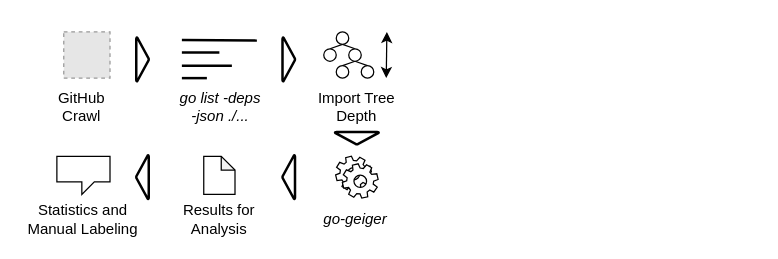
jlauinger/master-of-science keeps this draw.io diagram as thesis/assets/figures/study-methodology.drawio. Above is the earlier version. Source tidied: cells renumbered, new cells numbered last; positions are measured from the earlier drawing's top-left corner, leaving out a move shared by most shapes. Both pictures are drawn from the tidied source at 125%, with x=0, y=0 at pixel (20, 31). Pictures stored in the file or linked from it are replaced by grey dashed boxes.
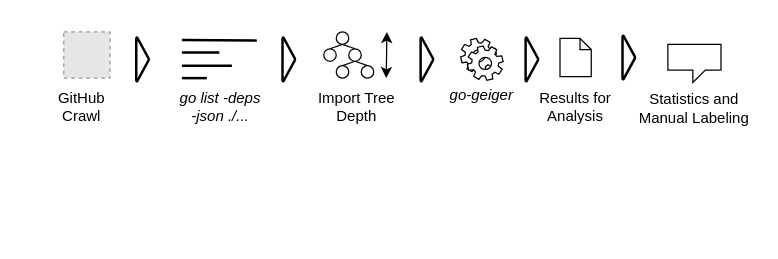
The same page after the edit.

What changed in the source:
```diff
@@
-    <mxCell id="8" style="strokeWidth=2;html=1;shape=mxgraph.flowchart.merge_or_storage;whiteSpace=wrap;labelBackgroundColor=none;fillColor=none;gradientColor=none;align=left;rotation=0;" parent="1" vertex="1">
-      <mxGeometry x="251.5" y="80" width="35" height="10" as="geometry" />
+    <mxCell id="8" style="strokeWidth=2;html=1;shape=mxgraph.flowchart.merge_or_storage;whiteSpace=wrap;labelBackgroundColor=none;fillColor=none;gradientColor=none;align=left;rotation=-90;" parent="1" vertex="1">
+      <mxGeometry x="307.5" y="17" width="35" height="10" as="geometry" />
     </mxCell>
     <mxCell id="9" value="&lt;i&gt;go-geiger&lt;br&gt;&lt;/i&gt;" style="text;html=1;strokeColor=none;fillColor=none;align=center;verticalAlign=middle;whiteSpace=wrap;rounded=0;" parent="1" vertex="1">
-      <mxGeometry x="227.5" y="140" width="80" height="20" as="geometry" />
+      <mxGeometry x="329" y="40.5" width="80" height="20" as="geometry" />
     </mxCell>
     <mxCell id="10" value="Results for Analysis" style="text;html=1;strokeColor=none;fillColor=none;align=center;verticalAlign=middle;whiteSpace=wrap;rounded=0;" parent="1" vertex="1">
-      <mxGeometry x="129" y="140" width="60" height="20" as="geometry" />
+      <mxGeometry x="414" y="50" width="60" height="20" as="geometry" />
     </mxCell>
-    <mxCell id="11" style="strokeWidth=2;html=1;shape=mxgraph.flowchart.merge_or_storage;whiteSpace=wrap;labelBackgroundColor=none;fillColor=none;gradientColor=none;align=left;rotation=90;" parent="1" vertex="1">
-      <mxGeometry x="197" y="111.2" width="35" height="10" as="geometry" />
+    <mxCell id="11" style="strokeWidth=2;html=1;shape=mxgraph.flowchart.merge_or_storage;whiteSpace=wrap;labelBackgroundColor=none;fillColor=none;gradientColor=none;align=left;rotation=-90;" parent="1" vertex="1">
+      <mxGeometry x="391.5" y="17" width="35" height="10" as="geometry" />
     </mxCell>
-    <mxCell id="12" style="shape=note;whiteSpace=wrap;html=1;backgroundOutline=1;darkOpacity=0.05;size=11;" parent="1" vertex="1">
-      <mxGeometry x="146.5" y="99.5" width="25" height="30.5" as="geometry" />
+    <mxCell id="12" style="shape=note;whiteSpace=wrap;html=1;backgroundOutline=1;darkOpacity=0.05;size=9;" parent="1" vertex="1">
+      <mxGeometry x="431.5" y="5.2" width="25" height="30.5" as="geometry" />
     </mxCell>
@@
-    <mxCell id="27" style="strokeWidth=2;html=1;shape=mxgraph.flowchart.merge_or_storage;whiteSpace=wrap;labelBackgroundColor=none;fillColor=none;gradientColor=none;align=left;rotation=90;" parent="1" vertex="1">
-      <mxGeometry x="80" y="111.2" width="35" height="10" as="geometry" />
+    <mxCell id="27" style="strokeWidth=2;html=1;shape=mxgraph.flowchart.merge_or_storage;whiteSpace=wrap;labelBackgroundColor=none;fillColor=none;gradientColor=none;align=left;rotation=-90;" parent="1" vertex="1">
+      <mxGeometry x="469" y="15.5" width="35" height="10" as="geometry" />
     </mxCell>
     <mxCell id="28" style="shape=callout;whiteSpace=wrap;html=1;perimeter=calloutPerimeter;size=10;position=0.47;base=10;position2=0.47;" parent="1" vertex="1">
-      <mxGeometry x="29" y="99.5" width="42.5" height="30.5" as="geometry" />
+      <mxGeometry x="517.8" y="10" width="42.5" height="30.5" as="geometry" />
     </mxCell>
     <mxCell id="29" value="Statistics and Manual Labeling" style="text;html=1;strokeColor=none;fillColor=none;align=center;verticalAlign=middle;whiteSpace=wrap;rounded=0;" parent="1" vertex="1">
-      <mxGeometry x="0.2" y="140" width="100" height="20" as="geometry" />
+      <mxGeometry x="489" y="50.5" width="100" height="20" as="geometry" />
     </mxCell>
     <mxCell id="30" style="shape=mxgraph.bpmn.service_task;html=1;" parent="1" vertex="1">
-      <mxGeometry x="252" y="99.5" width="34" height="33.5" as="geometry" />
+      <mxGeometry x="352" y="5.2" width="34" height="33.5" as="geometry" />
     </mxCell>
```
